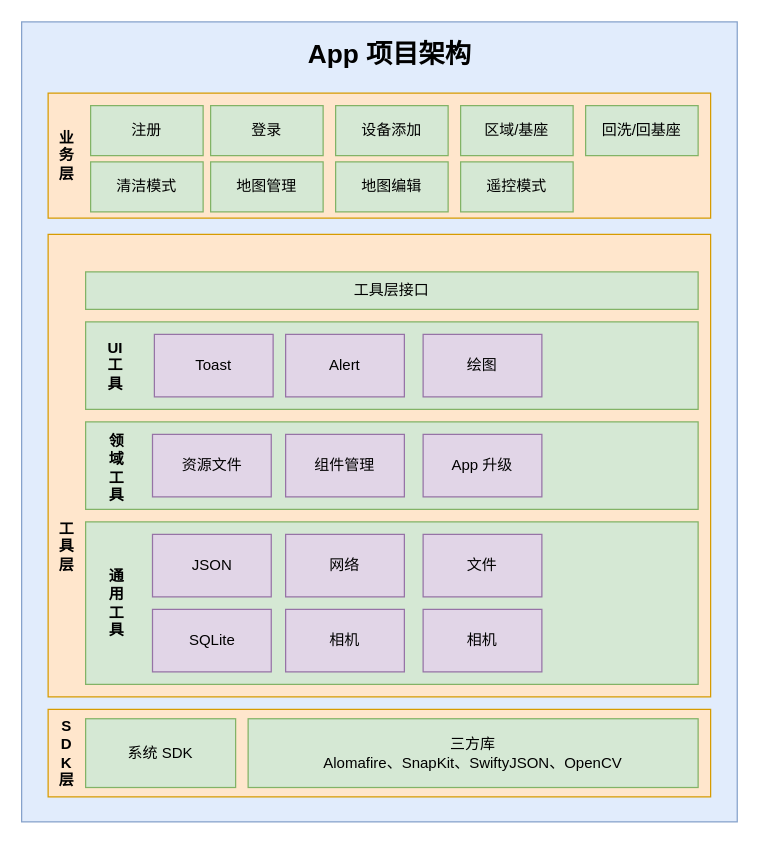
Before: App 项目架构.drawio in dev-dylan/draw.io, a draw.io diagram. Source tidied: cells renumbered, new cells numbered last; positions are measured from the earlier drawing's top-left corner, leaving out a move shared by most shapes. Both pictures are drawn from the tidied source at 125%, with x=0, y=0 at pixel (21, 21).
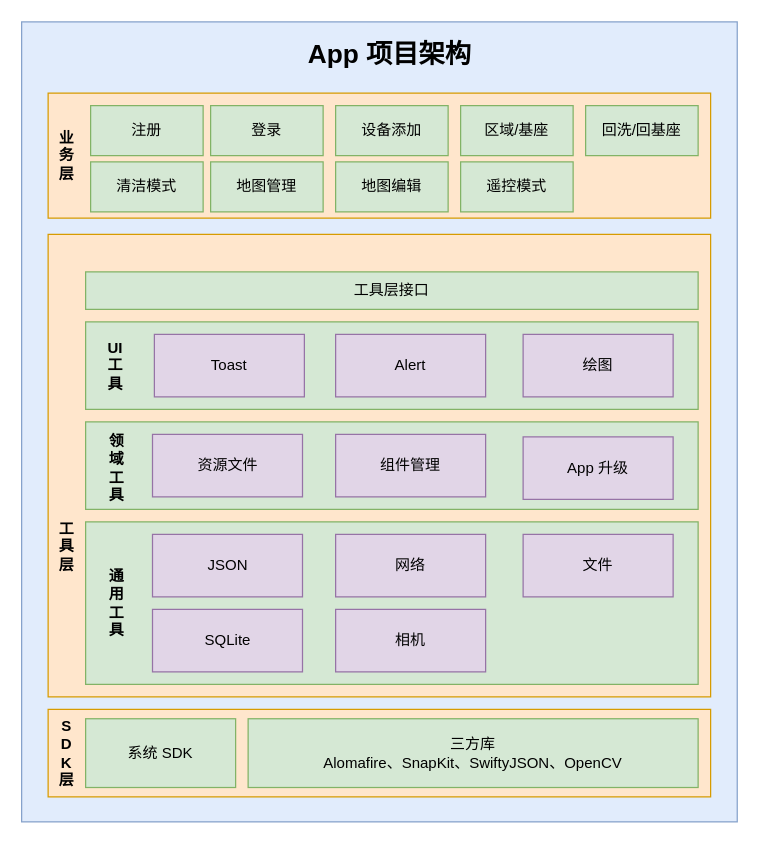
After the change.

Diff of the diagram source:
```diff
@@
     <mxCell id="11" value="资源文件" style="rounded=0;whiteSpace=wrap;html=1;fillColor=#e1d5e7;strokeColor=#9673a6;" parent="1" vertex="1">
-      <mxGeometry x="104.5" y="330" width="95" height="50" as="geometry" />
+      <mxGeometry x="104.5" y="330" width="120" height="50" as="geometry" />
     </mxCell>
@@
     <mxCell id="14" value="组件管理" style="rounded=0;whiteSpace=wrap;html=1;fillColor=#e1d5e7;strokeColor=#9673a6;" parent="1" vertex="1">
-      <mxGeometry x="211" y="330" width="95" height="50" as="geometry" />
+      <mxGeometry x="251" y="330" width="120" height="50" as="geometry" />
     </mxCell>
     <mxCell id="15" value="网络" style="rounded=0;whiteSpace=wrap;html=1;fillColor=#e1d5e7;strokeColor=#9673a6;" parent="1" vertex="1">
-      <mxGeometry x="211" y="410" width="95" height="50" as="geometry" />
+      <mxGeometry x="251" y="410" width="120" height="50" as="geometry" />
     </mxCell>
     <mxCell id="16" value="JSON" style="rounded=0;whiteSpace=wrap;html=1;fillColor=#e1d5e7;strokeColor=#9673a6;" parent="1" vertex="1">
-      <mxGeometry x="104.5" y="410" width="95" height="50" as="geometry" />
+      <mxGeometry x="104.5" y="410" width="120" height="50" as="geometry" />
     </mxCell>
     <mxCell id="17" value="文件" style="rounded=0;whiteSpace=wrap;html=1;fillColor=#e1d5e7;strokeColor=#9673a6;" parent="1" vertex="1">
-      <mxGeometry x="321" y="410" width="95" height="50" as="geometry" />
+      <mxGeometry x="401" y="410" width="120" height="50" as="geometry" />
     </mxCell>
     <mxCell id="18" value="相机" style="rounded=0;whiteSpace=wrap;html=1;fillColor=#e1d5e7;strokeColor=#9673a6;" parent="1" vertex="1">
-      <mxGeometry x="211" y="470" width="95" height="50" as="geometry" />
+      <mxGeometry x="251" y="470" width="120" height="50" as="geometry" />
     </mxCell>
     <mxCell id="19" value="App 升级" style="rounded=0;whiteSpace=wrap;html=1;fillColor=#e1d5e7;strokeColor=#9673a6;" parent="1" vertex="1">
-      <mxGeometry x="321" y="330" width="95" height="50" as="geometry" />
+      <mxGeometry x="401" y="332" width="120" height="50" as="geometry" />
     </mxCell>
     <mxCell id="20" value="SQLite" style="rounded=0;whiteSpace=wrap;html=1;fillColor=#e1d5e7;strokeColor=#9673a6;" parent="1" vertex="1">
-      <mxGeometry x="104.5" y="470" width="95" height="50" as="geometry" />
+      <mxGeometry x="104.5" y="470" width="120" height="50" as="geometry" />
     </mxCell>
@@
-    <mxCell id="34" value="相机" style="rounded=0;whiteSpace=wrap;html=1;fillColor=#e1d5e7;strokeColor=#9673a6;" parent="1" vertex="1">
-      <mxGeometry x="321" y="470" width="95" height="50" as="geometry" />
-    </mxCell>
@@
     <mxCell id="37" value="Toast" style="rounded=0;whiteSpace=wrap;html=1;fillColor=#e1d5e7;strokeColor=#9673a6;" parent="1" vertex="1">
-      <mxGeometry x="106" y="250" width="95" height="50" as="geometry" />
+      <mxGeometry x="106" y="250" width="120" height="50" as="geometry" />
     </mxCell>
     <mxCell id="38" value="Alert" style="rounded=0;whiteSpace=wrap;html=1;fillColor=#e1d5e7;strokeColor=#9673a6;" parent="1" vertex="1">
-      <mxGeometry x="211" y="250" width="95" height="50" as="geometry" />
+      <mxGeometry x="251" y="250" width="120" height="50" as="geometry" />
     </mxCell>
     <mxCell id="39" value="绘图" style="rounded=0;whiteSpace=wrap;html=1;fillColor=#e1d5e7;strokeColor=#9673a6;" parent="1" vertex="1">
-      <mxGeometry x="321" y="250" width="95" height="50" as="geometry" />
+      <mxGeometry x="401" y="250" width="120" height="50" as="geometry" />
     </mxCell>
```
